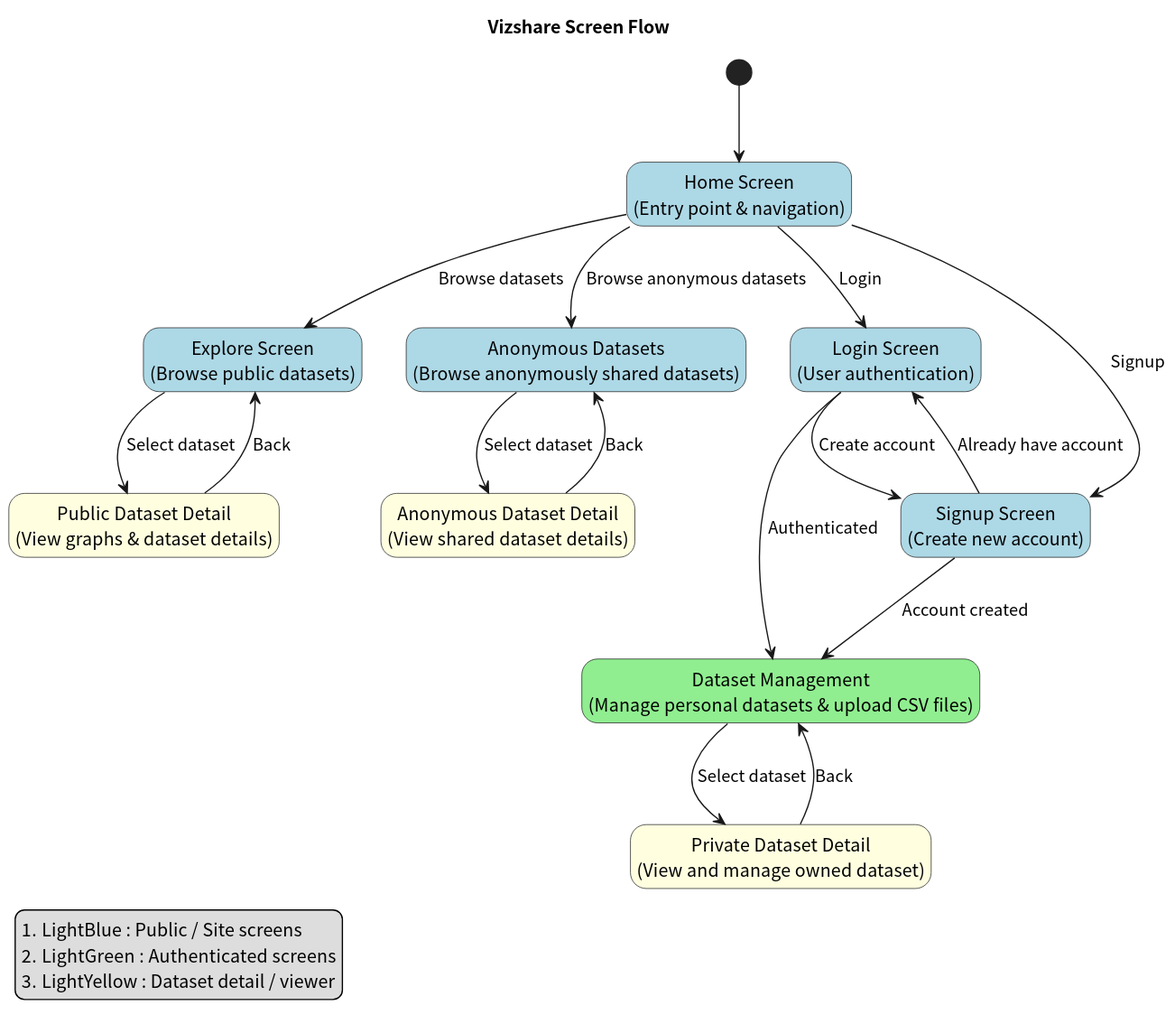
Above: docs/screen_flow/screen_flow_diagram/screen_flow_vizshare.svg in tomoki-shiozaki/vizshare (PlantUML), before the change.
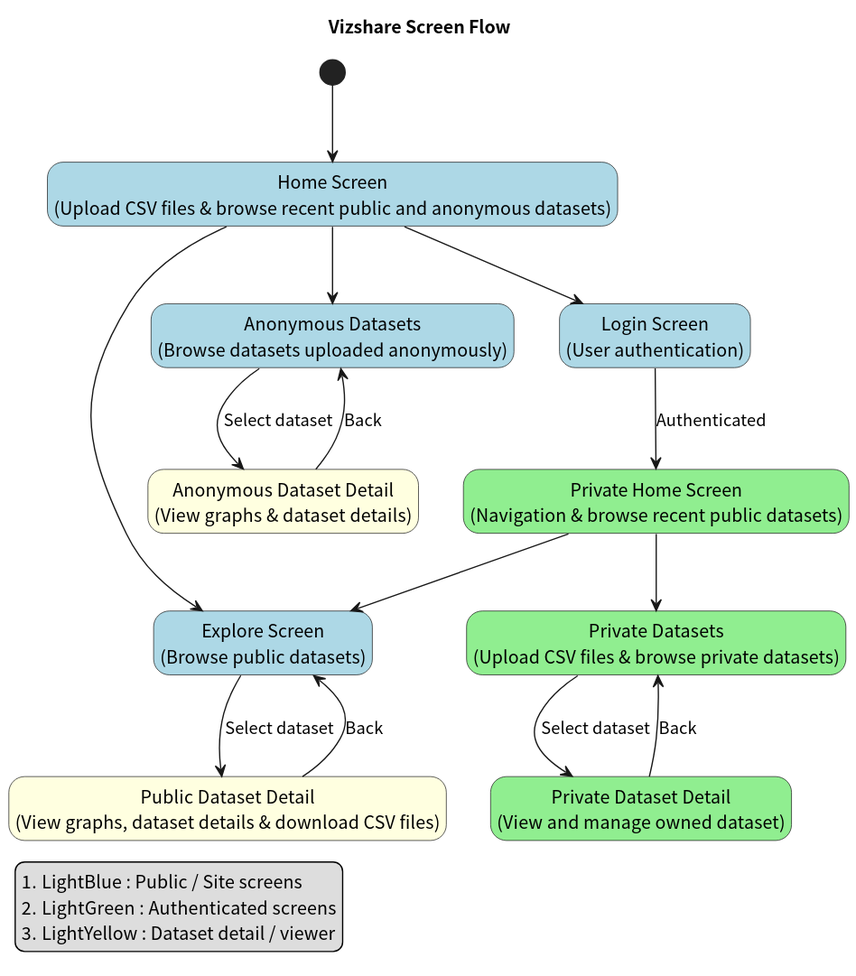
The same diagram one commit later.

Commit message:
docs(screen diagram): update screen diagram

Change to the diagram source:
```diff
@@ -15,19 +15,21 @@
 
 
 
-state "Home Screen\n(Entry point & navigation)" as home #LightBlue
+state "Home Screen\n(Upload CSV files & browse recent public and anonymous datasets)" as home #LightBlue
 
 state "Explore Screen\n(Browse public datasets)" as explore #LightBlue
 
-state "Public Dataset Detail\n(View graphs & dataset details)" as publicDatasetView #LightYellow
+state "Public Dataset Detail\n(View graphs, dataset details & download CSV files)" as publicDatasetView #LightYellow
 
-state "Anonymous Datasets\n(Browse anonymously shared datasets)" as anonymousDatasets #LightBlue
+state "Anonymous Datasets\n(Browse datasets uploaded anonymously)" as anonymousDatasets #LightBlue
 
-state "Anonymous Dataset Detail\n(View shared dataset details)" as anonymousDatasetView #LightYellow
+state "Anonymous Dataset Detail\n(View graphs & dataset details)" as anonymousDatasetView #LightYellow
 
 
-home --> explore : Browse datasets
-home --> anonymousDatasets : Browse anonymous datasets
+home --> explore
+
+home --> anonymousDatasets
+
 
 explore --> publicDatasetView : Select dataset
 
@@ -37,22 +39,24 @@
 
 state "Login Screen\n(User authentication)" as login #LightBlue
 
-state "Signup Screen\n(Create new account)" as signup #LightBlue
 
-home --> login : Login
-home --> signup : Signup
-
-login --> signup : Create account
-signup --> login : Already have account
+home --> login
 
 
 
-state "Dataset Management\n(Manage personal datasets & upload CSV files)" as datasetManagement #LightGreen
+state "Private Home Screen\n(Navigation & browse recent public datasets)" as privateHome #LightGreen
 
-state "Private Dataset Detail\n(View and manage owned dataset)" as privateDatasetView #LightYellow
+state "Private Datasets\n(Upload CSV files & browse private datasets)" as datasetManagement #LightGreen
 
-login --> datasetManagement : Authenticated
-signup --> datasetManagement : Account created
+state "Private Dataset Detail\n(View and manage owned dataset)" as privateDatasetView #LightGreen
+
+
+login --> privateHome : Authenticated
+
+privateHome --> explore
+
+privateHome --> datasetManagement
+
 
 datasetManagement --> privateDatasetView : Select dataset
 
```
